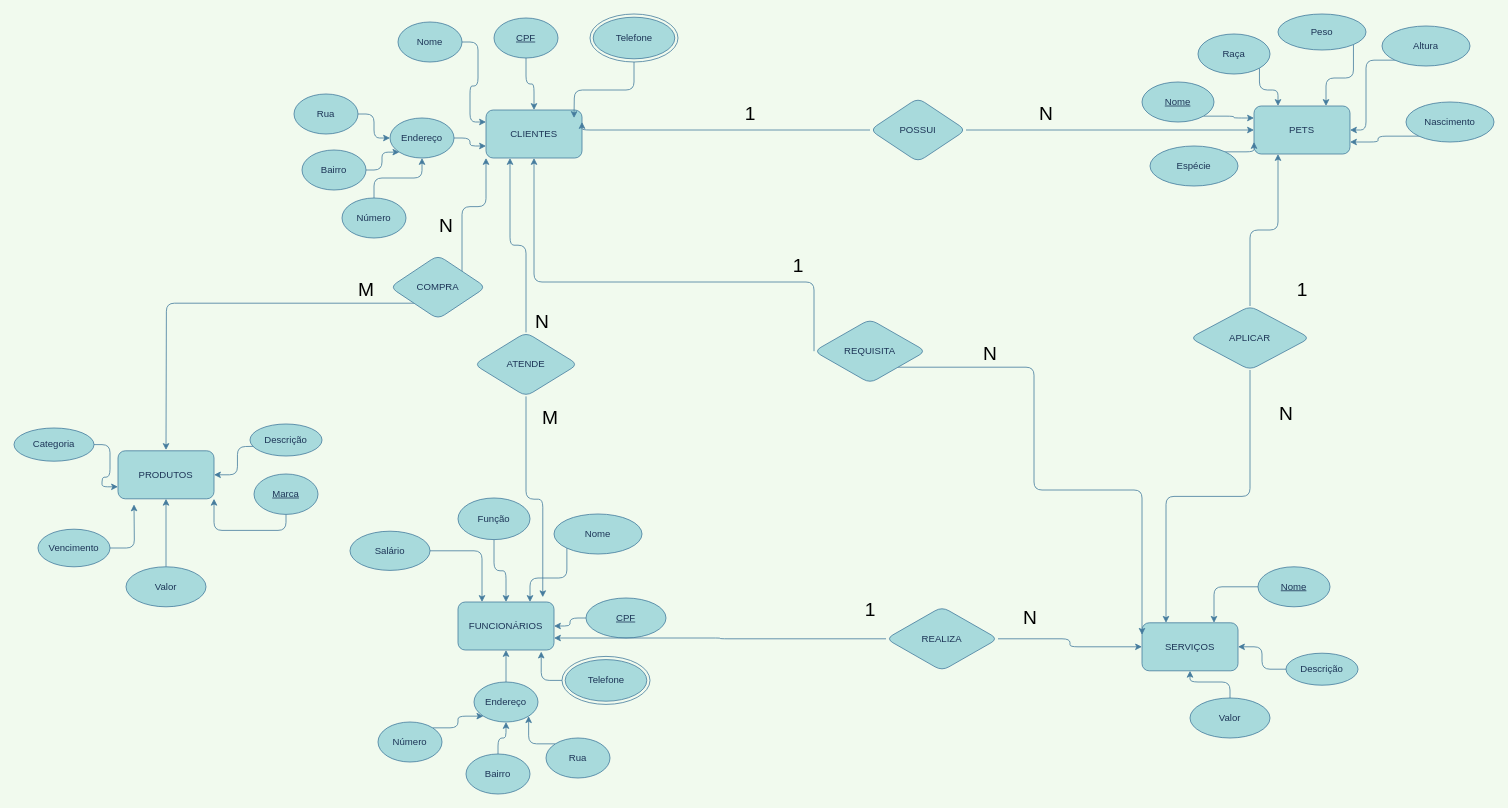
analaura09/Banco-de-Dados keeps this draw.io diagram as PetShop.drawio. Above is the earlier version. Source tidied: cells renumbered, new cells numbered last; positions are measured from the earlier drawing's top-left corner, leaving out a move shared by most shapes. Both pictures are drawn from the tidied source at 80%, with x=0, y=0 at pixel (14, 14).
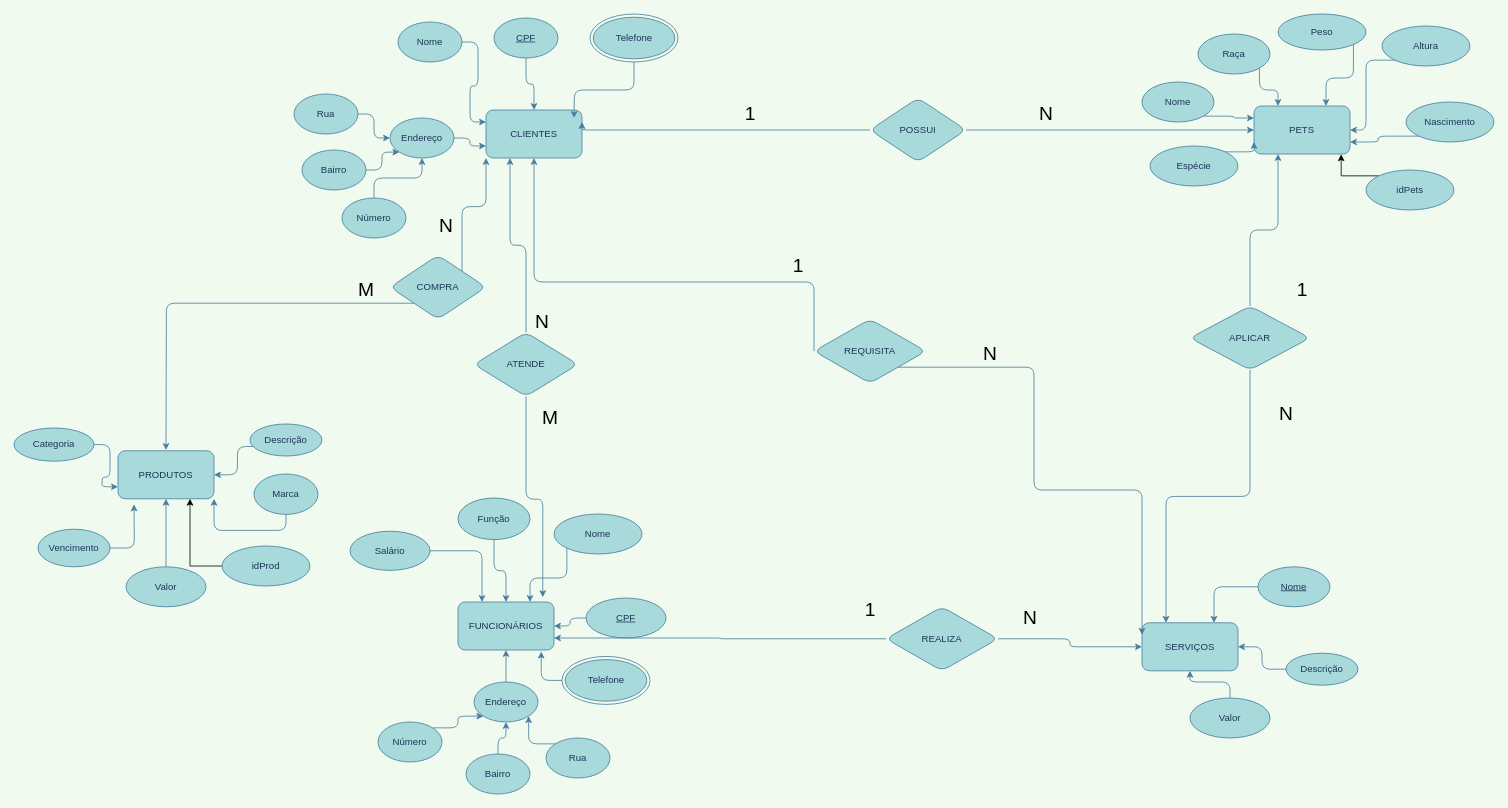
The same diagram, later.

Commit message:
adição das PKs

The change refers to these unchanged cells:
```xml
<mxCell id="3" value="PETS" style="whiteSpace=wrap;html=1;fillColor=#A8DADC;strokeColor=#457B9D;fontColor=#1D3557;rounded=1;" parent="1" vertex="1">
  <mxGeometry x="1550" y="115" width="120" height="60" as="geometry" />
</mxCell>
<mxCell id="39" value="PRODUTOS" style="whiteSpace=wrap;html=1;shadow=0;strokeColor=#457B9D;fillColor=#A8DADC;fontColor=#1D3557;rounded=1;" parent="1" vertex="1">
  <mxGeometry x="130" y="546" width="120" height="60" as="geometry" />
</mxCell>
```

Change to the diagram source:
```diff
@@
-    <mxCell id="30" value="&lt;u&gt;Nome&lt;/u&gt;" style="ellipse;whiteSpace=wrap;html=1;shadow=0;strokeColor=#457B9D;fillColor=#A8DADC;fontColor=#1D3557;rounded=1;" parent="1" vertex="1">
+    <mxCell id="30" value="Nome" style="ellipse;whiteSpace=wrap;html=1;shadow=0;strokeColor=#457B9D;fillColor=#A8DADC;fontColor=#1D3557;rounded=1;" parent="1" vertex="1">
       <mxGeometry x="1410" y="85" width="90" height="50" as="geometry" />
     </mxCell>
@@
-    <mxCell id="43" value="&lt;u&gt;Marca&lt;/u&gt;" style="ellipse;whiteSpace=wrap;html=1;shadow=0;strokeColor=#457B9D;fillColor=#A8DADC;fontColor=#1D3557;rounded=1;" parent="1" vertex="1">
+    <mxCell id="43" value="Marca" style="ellipse;whiteSpace=wrap;html=1;shadow=0;strokeColor=#457B9D;fillColor=#A8DADC;fontColor=#1D3557;rounded=1;" parent="1" vertex="1">
       <mxGeometry x="300" y="575" width="80" height="50.5" as="geometry" />
     </mxCell>
@@
+    <mxCell id="97" style="edgeStyle=orthogonalEdgeStyle;rounded=0;jettySize=auto;html=1;exitX=0;exitY=0;exitDx=0;exitDy=0;entryX=0.908;entryY=1.006;entryDx=0;entryDy=0;entryPerimeter=0;" parent="1" edge="1" source="98" target="3">
+      <mxGeometry relative="1" as="geometry" />
+    </mxCell>
+    <mxCell id="98" value="idPets" style="ellipse;whiteSpace=wrap;html=1;shadow=0;strokeColor=#457B9D;fillColor=#A8DADC;fontColor=#1D3557;rounded=1;" parent="1" vertex="1">
+      <mxGeometry x="1690" y="195" width="110" height="50" as="geometry" />
+    </mxCell>
+    <mxCell id="99" style="edgeStyle=orthogonalEdgeStyle;rounded=0;jettySize=auto;html=1;exitX=0;exitY=0.5;exitDx=0;exitDy=0;entryX=0.75;entryY=1;entryDx=0;entryDy=0;" parent="1" edge="1" source="100" target="39">
+      <mxGeometry relative="1" as="geometry" />
+    </mxCell>
+    <mxCell id="100" value="idProd" style="ellipse;whiteSpace=wrap;html=1;shadow=0;strokeColor=#457B9D;fillColor=#A8DADC;fontColor=#1D3557;rounded=1;" parent="1" vertex="1">
+      <mxGeometry x="260" y="665" width="110" height="50" as="geometry" />
+    </mxCell>
```
